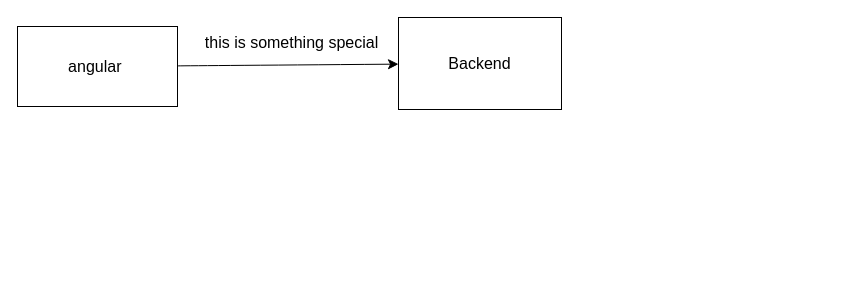
Before: DaERP.drawio in chungminhtu/anh, a draw.io diagram. Source tidied: cells renumbered, new cells numbered last; positions are measured from the earlier drawing's top-left corner, leaving out a move shared by most shapes. Both pictures are drawn from the tidied source at 100%, with x=0, y=0 at pixel (17, 17).
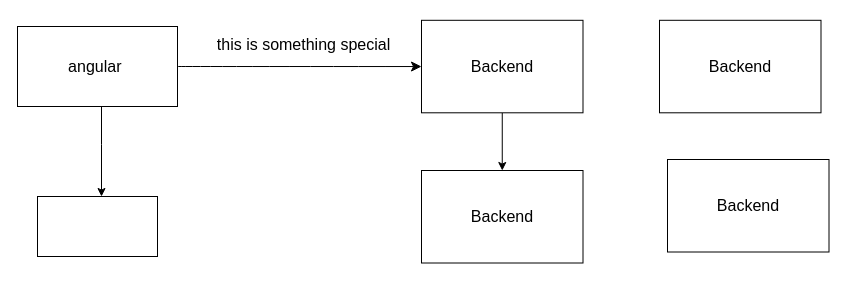
The same diagram, later.

Diff of the diagram source:
```diff
@@
 <mxGraphModel>
   <root>
     <mxCell id="0" />
     <mxCell id="1" parent="0" />
     <mxCell id="2" style="edgeStyle=none;curved=1;rounded=0;jettySize=auto;html=1;fontSize=12;startSize=8;endSize=8;" parent="1" edge="1" source="4" target="5">
       <mxGeometry relative="1" as="geometry" />
     </mxCell>
     <mxCell id="3" value="this is something special" style="edgeLabel;html=1;align=center;verticalAlign=middle;fontSize=16;" parent="2" vertex="1">
       <mxGeometry x="0.12" y="-2" relative="1" as="geometry">
         <mxPoint x="-11" y="-25" as="offset" />
       </mxGeometry>
     </mxCell>
+    <mxCell id="6" style="edgeStyle=orthogonalEdgeStyle;rounded=0;jettySize=auto;html=1;" parent="1" edge="1" source="4" target="8">
+      <mxGeometry relative="1" as="geometry">
+        <Array as="points">
+          <mxPoint x="84" y="127" />
+          <mxPoint x="84" y="127" />
+        </Array>
+      </mxGeometry>
+    </mxCell>
     <mxCell id="4" value="angular&amp;nbsp;" style="rounded=0;whiteSpace=wrap;html=1;fontSize=16;" parent="1" vertex="1">
       <mxGeometry y="9" width="160" height="80" as="geometry" />
     </mxCell>
+    <mxCell id="7" style="edgeStyle=orthogonalEdgeStyle;rounded=0;jettySize=auto;html=1;" parent="1" edge="1" source="5" target="9">
+      <mxGeometry relative="1" as="geometry" />
+    </mxCell>
-    <mxCell id="5" value="Backend" style="whiteSpace=wrap;html=1;fontSize=16;rounded=0;" parent="1" vertex="1">
-      <mxGeometry x="381" width="163" height="92" as="geometry" />
+    <mxCell id="5" value="Backend" style="whiteSpace=wrap;html=1;fontSize=16;rounded=0;direction=south;" parent="1" vertex="1">
+      <mxGeometry x="404" y="2.8" width="161.5" height="92.5" as="geometry" />
     </mxCell>
+    <mxCell id="8" style="whiteSpace=wrap;html=1;fontSize=16;rounded=0;" parent="1" vertex="1">
+      <mxGeometry x="20" y="179" width="120" height="60" as="geometry" />
+    </mxCell>
+    <mxCell id="9" value="Backend" style="whiteSpace=wrap;html=1;fontSize=16;rounded=0;direction=south;" parent="1" vertex="1">
+      <mxGeometry x="404" y="153" width="161.5" height="92.5" as="geometry" />
+    </mxCell>
+    <mxCell id="10" value="Backend" style="whiteSpace=wrap;html=1;fontSize=16;rounded=0;direction=south;" parent="1" vertex="1">
+      <mxGeometry x="642" y="2.8" width="161.5" height="92.5" as="geometry" />
+    </mxCell>
+    <mxCell id="11" value="Backend" style="whiteSpace=wrap;html=1;fontSize=16;rounded=0;direction=south;" parent="1" vertex="1">
+      <mxGeometry x="650" y="142" width="161.5" height="92.5" as="geometry" />
+    </mxCell>
   </root>
 </mxGraphModel>
```
